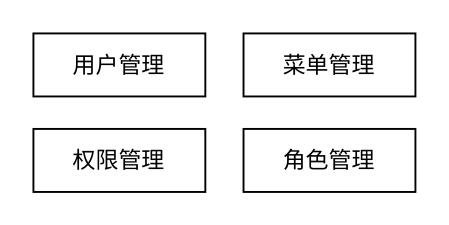
Before: page "第 1 页" (1 of 2) of 若依架构.drawio in plx927/Java-Core-learning, a draw.io diagram. Source tidied: cells renumbered, new cells numbered last; positions are measured from the earlier drawing's top-left corner, leaving out a move shared by most shapes. Both pictures are drawn from the tidied source at 191%, with x=0, y=0 at pixel (32, 32).
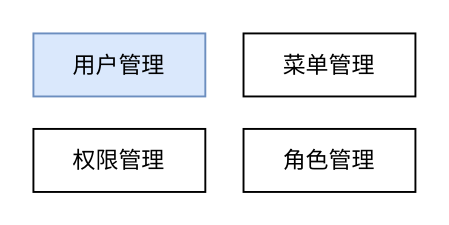
The same page after the edit.

Commit message:
更新若依架构.drawio

The edit, as a diff of the source:
```diff
@@
 <mxGraphModel>
   <root>
     <mxCell id="0" />
     <mxCell id="1" parent="0" />
-    <mxCell id="2" value="用户管理" style="rounded=0;whiteSpace=wrap;html=1;" parent="1" vertex="1">
+    <mxCell id="2" value="用户管理" style="rounded=0;whiteSpace=wrap;html=1;fillColor=#dae8fc;strokeColor=#6c8ebf;" parent="1" vertex="1">
       <mxGeometry width="90" height="33" as="geometry" />
     </mxCell>
     <mxCell id="3" value="角色管理" style="rounded=0;whiteSpace=wrap;html=1;" parent="1" vertex="1">
       <mxGeometry x="110" y="50" width="90" height="33" as="geometry" />
     </mxCell>
     <mxCell id="4" value="权限管理" style="rounded=0;whiteSpace=wrap;html=1;" parent="1" vertex="1">
       <mxGeometry y="50" width="90" height="33" as="geometry" />
     </mxCell>
     <mxCell id="5" value="菜单管理" style="rounded=0;whiteSpace=wrap;html=1;" parent="1" vertex="1">
       <mxGeometry x="110" width="90" height="33" as="geometry" />
     </mxCell>
   </root>
 </mxGraphModel>
```
